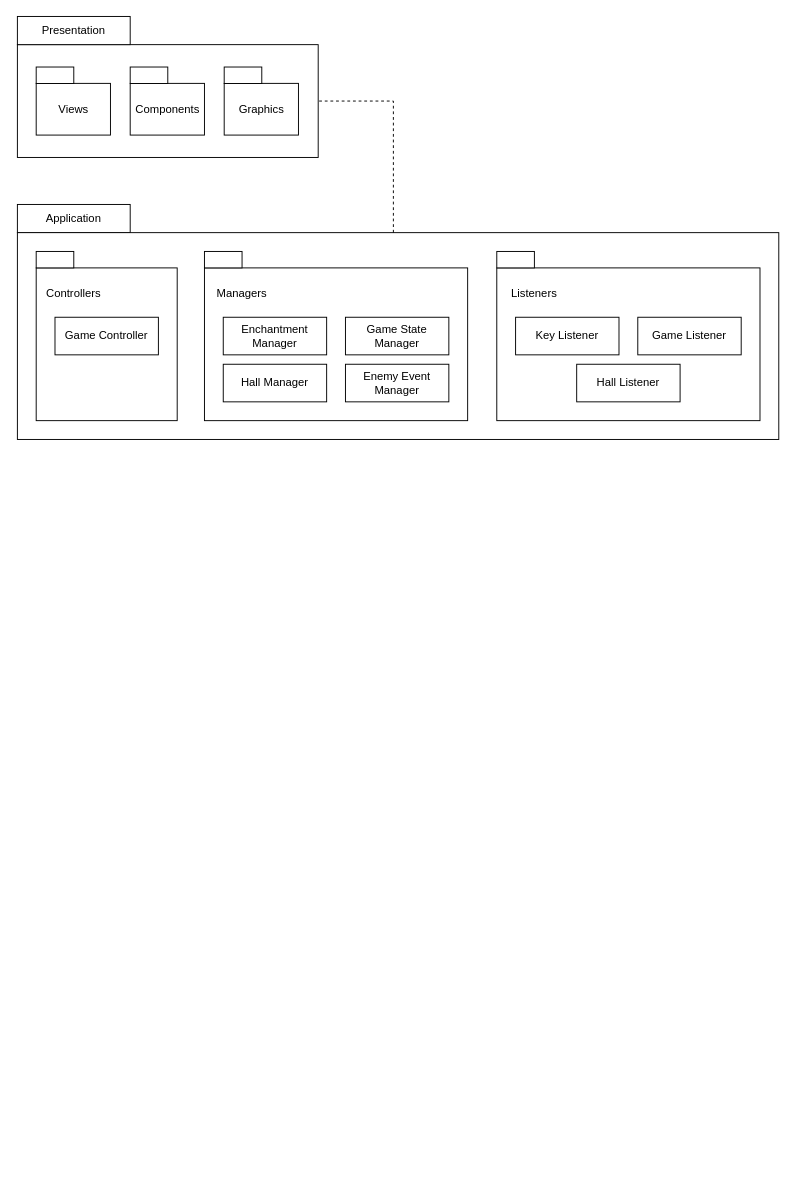
This is logical_architecture.drawio from zeynepyorulmaz/Rogue-Like, a draw.io file, before an edit. Source tidied: cells renumbered, new cells numbered last; positions are measured from the earlier drawing's top-left corner, leaving out a move shared by most shapes. Both pictures are drawn from the tidied source at 94%, with x=0, y=0 at pixel (17, 16).
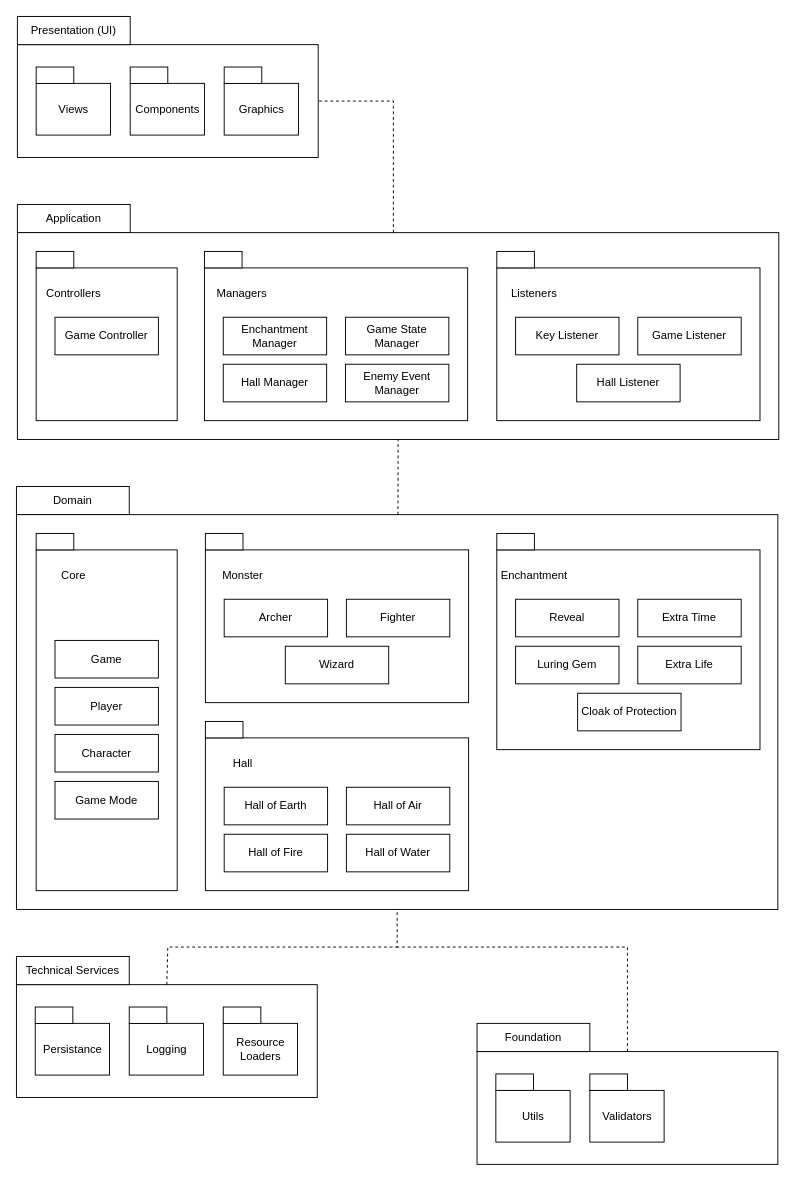
The same diagram, later.

Commit message:
domain, technical and foundation layers

Unchanged cells that the change refers to:
```xml
<mxCell id="6" style="rounded=0;whiteSpace=wrap;html=1;" parent="1" vertex="1">
  <mxGeometry y="230" width="810" height="220" as="geometry" />
</mxCell>
```

Diff of the diagram source:
```diff
@@
-    <mxCell id="5" value="Presentation" style="text;html=1;align=center;verticalAlign=middle;whiteSpace=wrap;rounded=0;" parent="1" vertex="1">
+    <mxCell id="5" value="Presentation (UI)" style="text;html=1;align=center;verticalAlign=middle;whiteSpace=wrap;rounded=0;" parent="1" vertex="1">
       <mxGeometry width="120" height="30" as="geometry" />
     </mxCell>
@@
+    <mxCell id="35" style="rounded=0;whiteSpace=wrap;html=1;" parent="1" vertex="1">
+      <mxGeometry x="-1" y="500" width="120" height="30" as="geometry" />
+    </mxCell>
+    <mxCell id="36" style="rounded=0;whiteSpace=wrap;html=1;" parent="1" vertex="1">
+      <mxGeometry x="-1" y="530" width="810" height="420" as="geometry" />
+    </mxCell>
+    <mxCell id="37" value="Domain" style="text;html=1;align=center;verticalAlign=middle;whiteSpace=wrap;rounded=0;" parent="1" vertex="1">
+      <mxGeometry x="-1" y="500" width="120" height="30" as="geometry" />
+    </mxCell>
+    <mxCell id="38" style="rounded=0;whiteSpace=wrap;html=1;" parent="1" vertex="1">
+      <mxGeometry x="510" y="567.5" width="280" height="212.5" as="geometry" />
+    </mxCell>
+    <mxCell id="39" value="Enchantment" style="text;html=1;align=center;verticalAlign=middle;whiteSpace=wrap;rounded=0;" parent="1" vertex="1">
+      <mxGeometry x="510" y="580" width="80" height="30" as="geometry" />
+    </mxCell>
+    <mxCell id="40" style="rounded=0;whiteSpace=wrap;html=1;" parent="1" vertex="1">
+      <mxGeometry x="510" y="550" width="40" height="17.5" as="geometry" />
+    </mxCell>
+    <mxCell id="41" value="Reveal" style="rounded=0;whiteSpace=wrap;html=1;" parent="1" vertex="1">
+      <mxGeometry x="530" y="620" width="110" height="40" as="geometry" />
+    </mxCell>
+    <mxCell id="42" value="Extra Life" style="rounded=0;whiteSpace=wrap;html=1;" parent="1" vertex="1">
+      <mxGeometry x="660" y="670" width="110" height="40" as="geometry" />
+    </mxCell>
+    <mxCell id="43" value="Extra Time" style="rounded=0;whiteSpace=wrap;html=1;" parent="1" vertex="1">
+      <mxGeometry x="660" y="620" width="110" height="40" as="geometry" />
+    </mxCell>
+    <mxCell id="44" value="Luring Gem" style="rounded=0;whiteSpace=wrap;html=1;" parent="1" vertex="1">
+      <mxGeometry x="530" y="670" width="110" height="40" as="geometry" />
+    </mxCell>
+    <mxCell id="45" style="rounded=0;whiteSpace=wrap;html=1;" parent="1" vertex="1">
+      <mxGeometry x="200" y="567.5" width="280" height="162.5" as="geometry" />
+    </mxCell>
+    <mxCell id="46" value="Monster" style="text;html=1;align=center;verticalAlign=middle;whiteSpace=wrap;rounded=0;" parent="1" vertex="1">
+      <mxGeometry x="200" y="580" width="80" height="30" as="geometry" />
+    </mxCell>
+    <mxCell id="47" style="rounded=0;whiteSpace=wrap;html=1;" parent="1" vertex="1">
+      <mxGeometry x="200" y="550" width="40" height="17.5" as="geometry" />
+    </mxCell>
+    <mxCell id="48" value="Archer" style="rounded=0;whiteSpace=wrap;html=1;" parent="1" vertex="1">
+      <mxGeometry x="220" y="620" width="110" height="40" as="geometry" />
+    </mxCell>
+    <mxCell id="49" value="Fighter" style="rounded=0;whiteSpace=wrap;html=1;" parent="1" vertex="1">
+      <mxGeometry x="350" y="620" width="110" height="40" as="geometry" />
+    </mxCell>
+    <mxCell id="50" value="Wizard" style="rounded=0;whiteSpace=wrap;html=1;" parent="1" vertex="1">
+      <mxGeometry x="285" y="670" width="110" height="40" as="geometry" />
+    </mxCell>
+    <mxCell id="51" style="endArrow=none;dashed=1;html=1;rounded=0;entryX=0.5;entryY=1;entryDx=0;entryDy=0;" parent="1" edge="1" source="36" target="6">
+      <mxGeometry relative="1" as="geometry">
+        <Array as="points">
+          <mxPoint x="405" y="490" />
+        </Array>
+      </mxGeometry>
+    </mxCell>
+    <mxCell id="52" value="Cloak of Protection" style="rounded=0;whiteSpace=wrap;html=1;" parent="1" vertex="1">
+      <mxGeometry x="596" y="720" width="110" height="40" as="geometry" />
+    </mxCell>
+    <mxCell id="53" style="rounded=0;whiteSpace=wrap;html=1;" parent="1" vertex="1">
+      <mxGeometry x="200" y="767.5" width="280" height="162.5" as="geometry" />
+    </mxCell>
+    <mxCell id="54" value="Hall" style="text;html=1;align=center;verticalAlign=middle;whiteSpace=wrap;rounded=0;" parent="1" vertex="1">
+      <mxGeometry x="200" y="780" width="80" height="30" as="geometry" />
+    </mxCell>
+    <mxCell id="55" style="rounded=0;whiteSpace=wrap;html=1;" parent="1" vertex="1">
+      <mxGeometry x="200" y="750" width="40" height="17.5" as="geometry" />
+    </mxCell>
+    <mxCell id="56" value="Hall of Earth" style="rounded=0;whiteSpace=wrap;html=1;" parent="1" vertex="1">
+      <mxGeometry x="220" y="820" width="110" height="40" as="geometry" />
+    </mxCell>
+    <mxCell id="57" value="Hall of Air" style="rounded=0;whiteSpace=wrap;html=1;" parent="1" vertex="1">
+      <mxGeometry x="350" y="820" width="110" height="40" as="geometry" />
+    </mxCell>
+    <mxCell id="58" value="Hall of Fire" style="rounded=0;whiteSpace=wrap;html=1;" parent="1" vertex="1">
+      <mxGeometry x="220" y="870" width="110" height="40" as="geometry" />
+    </mxCell>
+    <mxCell id="59" value="Hall of Water" style="rounded=0;whiteSpace=wrap;html=1;" parent="1" vertex="1">
+      <mxGeometry x="350" y="870" width="110" height="40" as="geometry" />
+    </mxCell>
+    <mxCell id="60" style="rounded=0;whiteSpace=wrap;html=1;" parent="1" vertex="1">
+      <mxGeometry x="20" y="567.5" width="150" height="362.5" as="geometry" />
+    </mxCell>
+    <mxCell id="61" value="Core" style="text;html=1;align=center;verticalAlign=middle;whiteSpace=wrap;rounded=0;" parent="1" vertex="1">
+      <mxGeometry x="20" y="580" width="80" height="30" as="geometry" />
+    </mxCell>
+    <mxCell id="62" style="rounded=0;whiteSpace=wrap;html=1;" parent="1" vertex="1">
+      <mxGeometry x="20" y="550" width="40" height="17.5" as="geometry" />
+    </mxCell>
+    <mxCell id="63" value="Game" style="rounded=0;whiteSpace=wrap;html=1;" parent="1" vertex="1">
+      <mxGeometry x="40" y="663.8" width="110" height="40" as="geometry" />
+    </mxCell>
+    <mxCell id="64" value="Player" style="rounded=0;whiteSpace=wrap;html=1;" parent="1" vertex="1">
+      <mxGeometry x="40" y="713.8" width="110" height="40" as="geometry" />
+    </mxCell>
+    <mxCell id="65" value="Character" style="rounded=0;whiteSpace=wrap;html=1;" parent="1" vertex="1">
+      <mxGeometry x="40" y="763.8" width="110" height="40" as="geometry" />
+    </mxCell>
+    <mxCell id="66" value="Game Mode" style="rounded=0;whiteSpace=wrap;html=1;" parent="1" vertex="1">
+      <mxGeometry x="40" y="813.8" width="110" height="40" as="geometry" />
+    </mxCell>
+    <mxCell id="67" style="rounded=0;whiteSpace=wrap;html=1;" parent="1" vertex="1">
+      <mxGeometry x="-1" y="1030" width="320" height="120" as="geometry" />
+    </mxCell>
+    <mxCell id="68" style="rounded=0;whiteSpace=wrap;html=1;" parent="1" vertex="1">
+      <mxGeometry x="-1" y="1000" width="120" height="30" as="geometry" />
+    </mxCell>
+    <mxCell id="69" value="Technical Services" style="text;html=1;align=center;verticalAlign=middle;whiteSpace=wrap;rounded=0;" parent="1" vertex="1">
+      <mxGeometry x="-1" y="1000" width="120" height="30" as="geometry" />
+    </mxCell>
+    <mxCell id="70" style="rounded=0;whiteSpace=wrap;html=1;" parent="1" vertex="1">
+      <mxGeometry x="19" y="1071.2" width="79" height="55" as="geometry" />
+    </mxCell>
+    <mxCell id="71" value="Persistance" style="text;html=1;align=center;verticalAlign=middle;whiteSpace=wrap;rounded=0;" parent="1" vertex="1">
+      <mxGeometry x="19" y="1083.8" width="80" height="31.2" as="geometry" />
+    </mxCell>
+    <mxCell id="72" style="rounded=0;whiteSpace=wrap;html=1;" parent="1" vertex="1">
+      <mxGeometry x="19" y="1053.8" width="40" height="17.5" as="geometry" />
+    </mxCell>
+    <mxCell id="73" style="rounded=0;whiteSpace=wrap;html=1;" parent="1" vertex="1">
+      <mxGeometry x="119" y="1071.2" width="79" height="55" as="geometry" />
+    </mxCell>
+    <mxCell id="74" value="Logging" style="text;html=1;align=center;verticalAlign=middle;whiteSpace=wrap;rounded=0;" parent="1" vertex="1">
+      <mxGeometry x="119" y="1083.8" width="80" height="31.2" as="geometry" />
+    </mxCell>
+    <mxCell id="75" style="rounded=0;whiteSpace=wrap;html=1;" parent="1" vertex="1">
+      <mxGeometry x="119" y="1053.8" width="40" height="17.5" as="geometry" />
+    </mxCell>
+    <mxCell id="76" style="rounded=0;whiteSpace=wrap;html=1;" parent="1" vertex="1">
+      <mxGeometry x="219" y="1071.2" width="79" height="55" as="geometry" />
+    </mxCell>
+    <mxCell id="77" value="Resource Loaders" style="text;html=1;align=center;verticalAlign=middle;whiteSpace=wrap;rounded=0;" parent="1" vertex="1">
+      <mxGeometry x="219" y="1083.8" width="80" height="31.2" as="geometry" />
+    </mxCell>
+    <mxCell id="78" style="rounded=0;whiteSpace=wrap;html=1;" parent="1" vertex="1">
+      <mxGeometry x="219" y="1053.8" width="40" height="17.5" as="geometry" />
+    </mxCell>
+    <mxCell id="79" style="rounded=0;whiteSpace=wrap;html=1;" parent="1" vertex="1">
+      <mxGeometry x="489" y="1101.2" width="320" height="120" as="geometry" />
+    </mxCell>
+    <mxCell id="80" style="rounded=0;whiteSpace=wrap;html=1;" parent="1" vertex="1">
+      <mxGeometry x="489" y="1071.2" width="120" height="30" as="geometry" />
+    </mxCell>
+    <mxCell id="81" value="Foundation" style="text;html=1;align=center;verticalAlign=middle;whiteSpace=wrap;rounded=0;" parent="1" vertex="1">
+      <mxGeometry x="489" y="1071.2" width="120" height="30" as="geometry" />
+    </mxCell>
+    <mxCell id="82" style="rounded=0;whiteSpace=wrap;html=1;" parent="1" vertex="1">
+      <mxGeometry x="509" y="1142.5" width="79" height="55" as="geometry" />
+    </mxCell>
+    <mxCell id="83" value="Utils" style="text;html=1;align=center;verticalAlign=middle;whiteSpace=wrap;rounded=0;" parent="1" vertex="1">
+      <mxGeometry x="509" y="1155" width="80" height="31.2" as="geometry" />
+    </mxCell>
+    <mxCell id="84" style="rounded=0;whiteSpace=wrap;html=1;" parent="1" vertex="1">
+      <mxGeometry x="509" y="1125" width="40" height="17.5" as="geometry" />
+    </mxCell>
+    <mxCell id="85" style="rounded=0;whiteSpace=wrap;html=1;" parent="1" vertex="1">
+      <mxGeometry x="609" y="1142.5" width="79" height="55" as="geometry" />
+    </mxCell>
+    <mxCell id="86" value="Validators" style="text;html=1;align=center;verticalAlign=middle;whiteSpace=wrap;rounded=0;" parent="1" vertex="1">
+      <mxGeometry x="609" y="1155" width="80" height="31.2" as="geometry" />
+    </mxCell>
+    <mxCell id="87" style="rounded=0;whiteSpace=wrap;html=1;" parent="1" vertex="1">
+      <mxGeometry x="609" y="1125" width="40" height="17.5" as="geometry" />
+    </mxCell>
+    <mxCell id="88" style="endArrow=none;dashed=1;html=1;rounded=0;exitX=0.5;exitY=0;exitDx=0;exitDy=0;entryX=0.5;entryY=1;entryDx=0;entryDy=0;" parent="1" edge="1" source="67" target="36">
+      <mxGeometry relative="1" as="geometry">
+        <Array as="points">
+          <mxPoint x="160" y="990" />
+          <mxPoint x="404" y="990" />
+        </Array>
+      </mxGeometry>
+    </mxCell>
+    <mxCell id="89" style="endArrow=none;dashed=1;html=1;rounded=0;exitX=0.5;exitY=0;exitDx=0;exitDy=0;" parent="1" edge="1" source="79">
+      <mxGeometry relative="1" as="geometry">
+        <mxPoint x="400" y="990" as="targetPoint" />
+        <Array as="points">
+          <mxPoint x="649" y="990" />
+        </Array>
+      </mxGeometry>
+    </mxCell>
```
